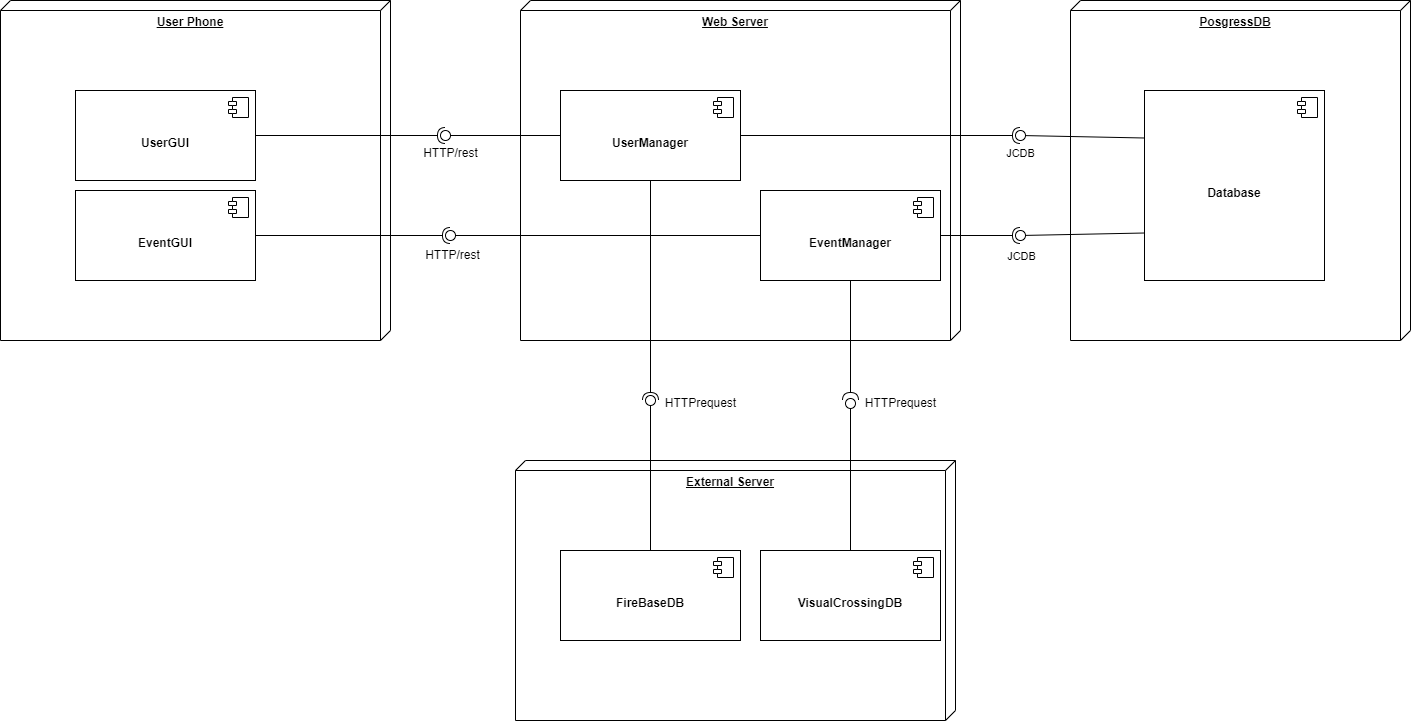
Above: Documentazione/Iterazione 1/diagrammi/Deployment.drawio.png in sabrin99m/Progetto-PAC-2023-24 (draw.io), before the change. Source tidied: cells renumbered, new cells last; positions are measured from the earlier drawing's top-left corner, leaving out a move shared by most shapes. Its diagram source:
```xml
<mxGraphModel>
  <root>
    <mxCell id="0" />
    <mxCell id="1" parent="0" />
    <mxCell id="2" value="&lt;b&gt;PosgressDB&lt;/b&gt;" style="verticalAlign=top;align=center;spacingTop=8;spacingLeft=2;spacingRight=12;shape=cube;size=10;direction=south;fontStyle=4;html=1;whiteSpace=wrap;" parent="1" vertex="1">
      <mxGeometry x="1070" width="340" height="340" as="geometry" />
    </mxCell>
    <mxCell id="3" value="&lt;b&gt;External Server&lt;/b&gt;" style="verticalAlign=top;align=center;spacingTop=8;spacingLeft=2;spacingRight=12;shape=cube;size=10;direction=south;fontStyle=4;html=1;whiteSpace=wrap;" parent="1" vertex="1">
      <mxGeometry x="515" y="460" width="440" height="260" as="geometry" />
    </mxCell>
    <mxCell id="4" value="&lt;b&gt;Web Server&lt;/b&gt;" style="verticalAlign=top;align=center;spacingTop=8;spacingLeft=2;spacingRight=12;shape=cube;size=10;direction=south;fontStyle=4;html=1;whiteSpace=wrap;" parent="1" vertex="1">
      <mxGeometry x="520" width="440" height="340" as="geometry" />
    </mxCell>
    <mxCell id="5" value="&lt;b&gt;User Phone&lt;/b&gt;" style="verticalAlign=top;align=center;spacingTop=8;spacingLeft=2;spacingRight=12;shape=cube;size=10;direction=south;fontStyle=4;html=1;whiteSpace=wrap;" parent="1" vertex="1">
      <mxGeometry width="390" height="340" as="geometry" />
    </mxCell>
    <mxCell id="6" value="&lt;br&gt;&lt;b&gt;Database&lt;/b&gt;" style="html=1;whiteSpace=wrap;" parent="1" vertex="1">
      <mxGeometry x="1144" y="90" width="180" height="190" as="geometry" />
    </mxCell>
    <mxCell id="7" style="shape=module;jettyWidth=8;jettyHeight=4;" parent="6" vertex="1">
      <mxGeometry x="1" width="20" height="20" relative="1" as="geometry">
        <mxPoint x="-27" y="7" as="offset" />
      </mxGeometry>
    </mxCell>
    <mxCell id="8" style="rounded=0;jettySize=auto;html=1;endArrow=oval;endFill=0;sketch=0;sourcePerimeterSpacing=0;targetPerimeterSpacing=0;endSize=10;exitX=0;exitY=0.75;exitDx=0;exitDy=0;" parent="1" edge="1" source="6" target="9">
      <mxGeometry relative="1" as="geometry" />
    </mxCell>
    <mxCell id="9" style="ellipse;whiteSpace=wrap;html=1;align=center;fillColor=none;strokeColor=none;perimeter=centerPerimeter;points=[];outlineConnect=1;" parent="1" vertex="1">
      <mxGeometry x="1015" y="230" width="10" height="10" as="geometry" />
    </mxCell>
    <mxCell id="10" style="ellipse;whiteSpace=wrap;html=1;align=center;fillColor=none;strokeColor=none;perimeter=centerPerimeter;" parent="1" vertex="1">
      <mxGeometry x="1340" y="130" width="10" height="10" as="geometry" />
    </mxCell>
    <mxCell id="11" value="&lt;br&gt;&lt;b&gt;UserManager&lt;/b&gt;" style="html=1;whiteSpace=wrap;" parent="1" vertex="1">
      <mxGeometry x="560" y="90" width="180" height="90" as="geometry" />
    </mxCell>
    <mxCell id="12" style="shape=module;jettyWidth=8;jettyHeight=4;" parent="11" vertex="1">
      <mxGeometry x="1" width="20" height="20" relative="1" as="geometry">
        <mxPoint x="-27" y="7" as="offset" />
      </mxGeometry>
    </mxCell>
    <mxCell id="13" value="&lt;br&gt;&lt;b&gt;EventManager&lt;/b&gt;" style="html=1;whiteSpace=wrap;" parent="1" vertex="1">
      <mxGeometry x="760" y="190" width="180" height="90" as="geometry" />
    </mxCell>
    <mxCell id="14" style="shape=module;jettyWidth=8;jettyHeight=4;" parent="13" vertex="1">
      <mxGeometry x="1" width="20" height="20" relative="1" as="geometry">
        <mxPoint x="-27" y="7" as="offset" />
      </mxGeometry>
    </mxCell>
    <mxCell id="15" style="rounded=0;jettySize=auto;html=1;endArrow=halfCircle;endFill=0;endSize=6;strokeWidth=1;sketch=0;exitX=1;exitY=0.5;exitDx=0;exitDy=0;" parent="1" edge="1" source="13" target="17">
      <mxGeometry relative="1" as="geometry" />
    </mxCell>
    <mxCell id="16" value="JCDB" style="edgeLabel;html=1;align=center;verticalAlign=middle;" parent="15" vertex="1">
      <mxGeometry x="0.9" y="17" relative="1" as="geometry">
        <mxPoint x="4" y="37" as="offset" />
      </mxGeometry>
    </mxCell>
    <mxCell id="17" style="ellipse;whiteSpace=wrap;html=1;align=center;fillColor=none;strokeColor=none;perimeter=centerPerimeter;points=[];outlineConnect=1;" parent="1" vertex="1">
      <mxGeometry x="1015" y="230" width="10" height="10" as="geometry" />
    </mxCell>
    <mxCell id="18" style="ellipse;whiteSpace=wrap;html=1;align=center;fillColor=none;strokeColor=none;perimeter=centerPerimeter;" parent="1" vertex="1">
      <mxGeometry x="985" y="220" width="10" height="10" as="geometry" />
    </mxCell>
    <mxCell id="19" value="JCDB&lt;br&gt;" style="edgeLabel;html=1;align=center;verticalAlign=middle;" parent="1" vertex="1">
      <mxGeometry x="1010" y="160" as="geometry">
        <mxPoint x="9" y="-8" as="offset" />
      </mxGeometry>
    </mxCell>
    <mxCell id="20" style="ellipse;whiteSpace=wrap;html=1;align=center;fillColor=none;strokeColor=none;perimeter=centerPerimeter;" parent="1" vertex="1">
      <mxGeometry x="815" y="100" width="10" height="10" as="geometry" />
    </mxCell>
    <mxCell id="21" value="&lt;br&gt;&lt;b&gt;FireBaseDB&lt;/b&gt;" style="html=1;whiteSpace=wrap;" parent="1" vertex="1">
      <mxGeometry x="560" y="550" width="180" height="90" as="geometry" />
    </mxCell>
    <mxCell id="22" style="shape=module;jettyWidth=8;jettyHeight=4;" parent="21" vertex="1">
      <mxGeometry x="1" width="20" height="20" relative="1" as="geometry">
        <mxPoint x="-27" y="7" as="offset" />
      </mxGeometry>
    </mxCell>
    <mxCell id="23" value="&lt;br&gt;&lt;b&gt;VisualCrossingDB&lt;/b&gt;" style="html=1;whiteSpace=wrap;" parent="1" vertex="1">
      <mxGeometry x="760" y="550" width="180" height="90" as="geometry" />
    </mxCell>
    <mxCell id="24" style="shape=module;jettyWidth=8;jettyHeight=4;" parent="23" vertex="1">
      <mxGeometry x="1" width="20" height="20" relative="1" as="geometry">
        <mxPoint x="-27" y="7" as="offset" />
      </mxGeometry>
    </mxCell>
    <mxCell id="25" style="rounded=0;jettySize=auto;html=1;endArrow=oval;endFill=0;sketch=0;sourcePerimeterSpacing=0;targetPerimeterSpacing=0;endSize=10;exitX=0.5;exitY=0;exitDx=0;exitDy=0;entryX=0.067;entryY=1.233;entryDx=0;entryDy=0;entryPerimeter=0;" parent="1" edge="1" source="23" target="26">
      <mxGeometry relative="1" as="geometry" />
    </mxCell>
    <mxCell id="26" style="ellipse;whiteSpace=wrap;html=1;align=center;fillColor=none;strokeColor=none;perimeter=centerPerimeter;points=[];outlineConnect=1;" parent="1" vertex="1">
      <mxGeometry x="845" y="398" width="10" height="10" as="geometry" />
    </mxCell>
    <mxCell id="27" style="rounded=0;jettySize=auto;html=1;endArrow=oval;endFill=0;sketch=0;sourcePerimeterSpacing=0;targetPerimeterSpacing=0;endSize=10;exitX=0.5;exitY=0;exitDx=0;exitDy=0;" parent="1" edge="1" source="21">
      <mxGeometry relative="1" as="geometry">
        <mxPoint x="650" y="400" as="targetPoint" />
      </mxGeometry>
    </mxCell>
    <mxCell id="28" style="ellipse;whiteSpace=wrap;html=1;align=center;fillColor=none;strokeColor=none;perimeter=centerPerimeter;" parent="1" vertex="1">
      <mxGeometry x="645" y="398" width="10" height="10" as="geometry" />
    </mxCell>
    <mxCell id="29" style="rounded=0;jettySize=auto;html=1;endArrow=halfCircle;endFill=0;endSize=6;strokeWidth=1;sketch=0;exitX=0.5;exitY=1;exitDx=0;exitDy=0;" parent="1" edge="1" source="13">
      <mxGeometry relative="1" as="geometry">
        <mxPoint x="850" y="400" as="targetPoint" />
      </mxGeometry>
    </mxCell>
    <mxCell id="30" style="ellipse;whiteSpace=wrap;html=1;align=center;fillColor=none;strokeColor=none;perimeter=centerPerimeter;" parent="1" vertex="1">
      <mxGeometry x="875" y="320" width="10" height="10" as="geometry" />
    </mxCell>
    <mxCell id="31" value="HTTPrequest" style="text;html=1;align=center;verticalAlign=middle;strokeColor=none;fillColor=none;" parent="1" vertex="1">
      <mxGeometry x="855" y="388" width="90" height="30" as="geometry" />
    </mxCell>
    <mxCell id="32" style="rounded=0;jettySize=auto;html=1;endArrow=halfCircle;endFill=0;endSize=6;strokeWidth=1;sketch=0;exitX=0.5;exitY=1;exitDx=0;exitDy=0;" parent="1" edge="1" source="11">
      <mxGeometry relative="1" as="geometry">
        <mxPoint x="650" y="400" as="targetPoint" />
      </mxGeometry>
    </mxCell>
    <mxCell id="33" style="ellipse;whiteSpace=wrap;html=1;align=center;fillColor=none;strokeColor=none;perimeter=centerPerimeter;" parent="1" vertex="1">
      <mxGeometry x="875" y="320" width="10" height="10" as="geometry" />
    </mxCell>
    <mxCell id="34" value="HTTPrequest" style="text;html=1;align=center;verticalAlign=middle;strokeColor=none;fillColor=none;" parent="1" vertex="1">
      <mxGeometry x="655" y="388" width="90" height="30" as="geometry" />
    </mxCell>
    <mxCell id="35" value="&lt;br&gt;&lt;b&gt;UserGUI&lt;/b&gt;" style="html=1;whiteSpace=wrap;" parent="1" vertex="1">
      <mxGeometry x="75" y="90" width="180" height="90" as="geometry" />
    </mxCell>
    <mxCell id="36" style="shape=module;jettyWidth=8;jettyHeight=4;" parent="35" vertex="1">
      <mxGeometry x="1" width="20" height="20" relative="1" as="geometry">
        <mxPoint x="-27" y="7" as="offset" />
      </mxGeometry>
    </mxCell>
    <mxCell id="37" value="&lt;br&gt;&lt;b&gt;EventGUI&lt;/b&gt;" style="html=1;whiteSpace=wrap;" parent="1" vertex="1">
      <mxGeometry x="75" y="190" width="180" height="90" as="geometry" />
    </mxCell>
    <mxCell id="38" style="shape=module;jettyWidth=8;jettyHeight=4;" parent="37" vertex="1">
      <mxGeometry x="1" width="20" height="20" relative="1" as="geometry">
        <mxPoint x="-27" y="7" as="offset" />
      </mxGeometry>
    </mxCell>
    <mxCell id="39" style="rounded=0;jettySize=auto;html=1;endArrow=halfCircle;endFill=0;endSize=6;strokeWidth=1;sketch=0;exitX=1;exitY=0.5;exitDx=0;exitDy=0;" parent="1" edge="1" source="35" target="41">
      <mxGeometry relative="1" as="geometry" />
    </mxCell>
    <mxCell id="40" style="rounded=0;jettySize=auto;html=1;endArrow=oval;endFill=0;sketch=0;sourcePerimeterSpacing=0;targetPerimeterSpacing=0;endSize=10;exitX=0;exitY=0.5;exitDx=0;exitDy=0;" parent="1" edge="1" source="11" target="41">
      <mxGeometry relative="1" as="geometry" />
    </mxCell>
    <mxCell id="41" style="ellipse;whiteSpace=wrap;html=1;align=center;fillColor=none;strokeColor=none;perimeter=centerPerimeter;points=[];outlineConnect=1;" parent="1" vertex="1">
      <mxGeometry x="440" y="130" width="10" height="10" as="geometry" />
    </mxCell>
    <mxCell id="42" value="HTTP/rest" style="text;html=1;align=center;verticalAlign=middle;strokeColor=none;fillColor=none;" parent="1" vertex="1">
      <mxGeometry x="410" y="138" width="80" height="30" as="geometry" />
    </mxCell>
    <mxCell id="43" style="rounded=0;jettySize=auto;html=1;endArrow=halfCircle;endFill=0;endSize=6;strokeWidth=1;sketch=0;exitX=1;exitY=0.5;exitDx=0;exitDy=0;" parent="1" edge="1" source="37">
      <mxGeometry relative="1" as="geometry">
        <mxPoint x="450" y="235" as="targetPoint" />
      </mxGeometry>
    </mxCell>
    <mxCell id="44" style="rounded=0;jettySize=auto;html=1;endArrow=oval;endFill=0;sketch=0;sourcePerimeterSpacing=0;targetPerimeterSpacing=0;endSize=10;exitX=0;exitY=0.5;exitDx=0;exitDy=0;" parent="1" edge="1" source="13">
      <mxGeometry relative="1" as="geometry">
        <mxPoint x="450" y="235" as="targetPoint" />
      </mxGeometry>
    </mxCell>
    <mxCell id="45" style="ellipse;whiteSpace=wrap;html=1;align=center;fillColor=none;strokeColor=none;perimeter=centerPerimeter;" parent="1" vertex="1">
      <mxGeometry x="415" y="130" width="10" height="10" as="geometry" />
    </mxCell>
    <mxCell id="46" value="HTTP/rest" style="text;html=1;align=center;verticalAlign=middle;strokeColor=none;fillColor=none;" parent="1" vertex="1">
      <mxGeometry x="412" y="240" width="80" height="30" as="geometry" />
    </mxCell>
    <mxCell id="47" style="rounded=0;jettySize=auto;html=1;endArrow=halfCircle;endFill=0;endSize=6;strokeWidth=1;sketch=0;exitX=1;exitY=0.5;exitDx=0;exitDy=0;" parent="1" edge="1" source="11" target="50">
      <mxGeometry relative="1" as="geometry" />
    </mxCell>
    <mxCell id="48" style="rounded=0;jettySize=auto;html=1;endArrow=oval;endFill=0;sketch=0;sourcePerimeterSpacing=0;targetPerimeterSpacing=0;endSize=10;exitX=0;exitY=0.25;exitDx=0;exitDy=0;" parent="1" edge="1" source="50">
      <mxGeometry relative="1" as="geometry">
        <mxPoint x="1020" y="135" as="targetPoint" />
      </mxGeometry>
    </mxCell>
    <mxCell id="49" style="rounded=0;jettySize=auto;html=1;endArrow=oval;endFill=0;sketch=0;sourcePerimeterSpacing=0;targetPerimeterSpacing=0;endSize=10;exitX=0;exitY=0.25;exitDx=0;exitDy=0;" parent="1" edge="1" source="6" target="50">
      <mxGeometry relative="1" as="geometry" />
    </mxCell>
    <mxCell id="50" style="ellipse;whiteSpace=wrap;html=1;align=center;fillColor=none;strokeColor=none;perimeter=centerPerimeter;points=[];outlineConnect=1;" parent="1" vertex="1">
      <mxGeometry x="1015" y="130" width="10" height="10" as="geometry" />
    </mxCell>
  </root>
</mxGraphModel>
```
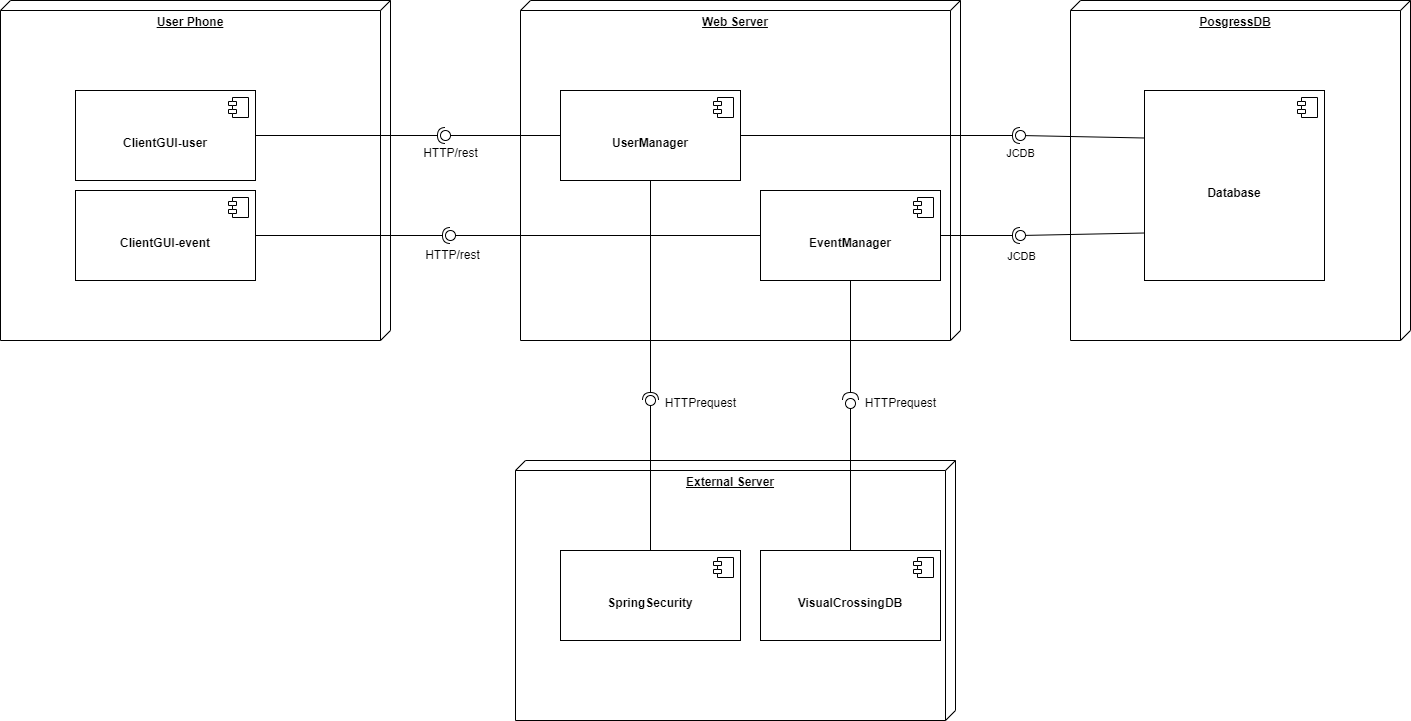
The same diagram one commit later.

What changed in the source:
```diff
@@ -69,7 +69,7 @@
     <mxCell id="20" style="ellipse;whiteSpace=wrap;html=1;align=center;fillColor=none;strokeColor=none;perimeter=centerPerimeter;" parent="1" vertex="1">
       <mxGeometry x="815" y="100" width="10" height="10" as="geometry" />
     </mxCell>
-    <mxCell id="21" value="&lt;br&gt;&lt;b&gt;FireBaseDB&lt;/b&gt;" style="html=1;whiteSpace=wrap;" parent="1" vertex="1">
+    <mxCell id="21" value="&lt;br&gt;&lt;b&gt;SpringSecurity&lt;/b&gt;" style="html=1;whiteSpace=wrap;" parent="1" vertex="1">
       <mxGeometry x="560" y="550" width="180" height="90" as="geometry" />
     </mxCell>
     <mxCell id="22" style="shape=module;jettyWidth=8;jettyHeight=4;" parent="21" vertex="1">
@@ -121,7 +121,7 @@
     <mxCell id="34" value="HTTPrequest" style="text;html=1;align=center;verticalAlign=middle;strokeColor=none;fillColor=none;" parent="1" vertex="1">
       <mxGeometry x="655" y="388" width="90" height="30" as="geometry" />
     </mxCell>
-    <mxCell id="35" value="&lt;br&gt;&lt;b&gt;UserGUI&lt;/b&gt;" style="html=1;whiteSpace=wrap;" parent="1" vertex="1">
+    <mxCell id="35" value="&lt;br&gt;&lt;b&gt;ClientGUI-user&lt;/b&gt;" style="html=1;whiteSpace=wrap;" parent="1" vertex="1">
       <mxGeometry x="75" y="90" width="180" height="90" as="geometry" />
     </mxCell>
     <mxCell id="36" style="shape=module;jettyWidth=8;jettyHeight=4;" parent="35" vertex="1">
@@ -129,7 +129,7 @@
         <mxPoint x="-27" y="7" as="offset" />
       </mxGeometry>
     </mxCell>
-    <mxCell id="37" value="&lt;br&gt;&lt;b&gt;EventGUI&lt;/b&gt;" style="html=1;whiteSpace=wrap;" parent="1" vertex="1">
+    <mxCell id="37" value="&lt;br&gt;&lt;b&gt;ClientGUI-event&lt;/b&gt;" style="html=1;whiteSpace=wrap;" parent="1" vertex="1">
       <mxGeometry x="75" y="190" width="180" height="90" as="geometry" />
     </mxCell>
     <mxCell id="38" style="shape=module;jettyWidth=8;jettyHeight=4;" parent="37" vertex="1">
```
